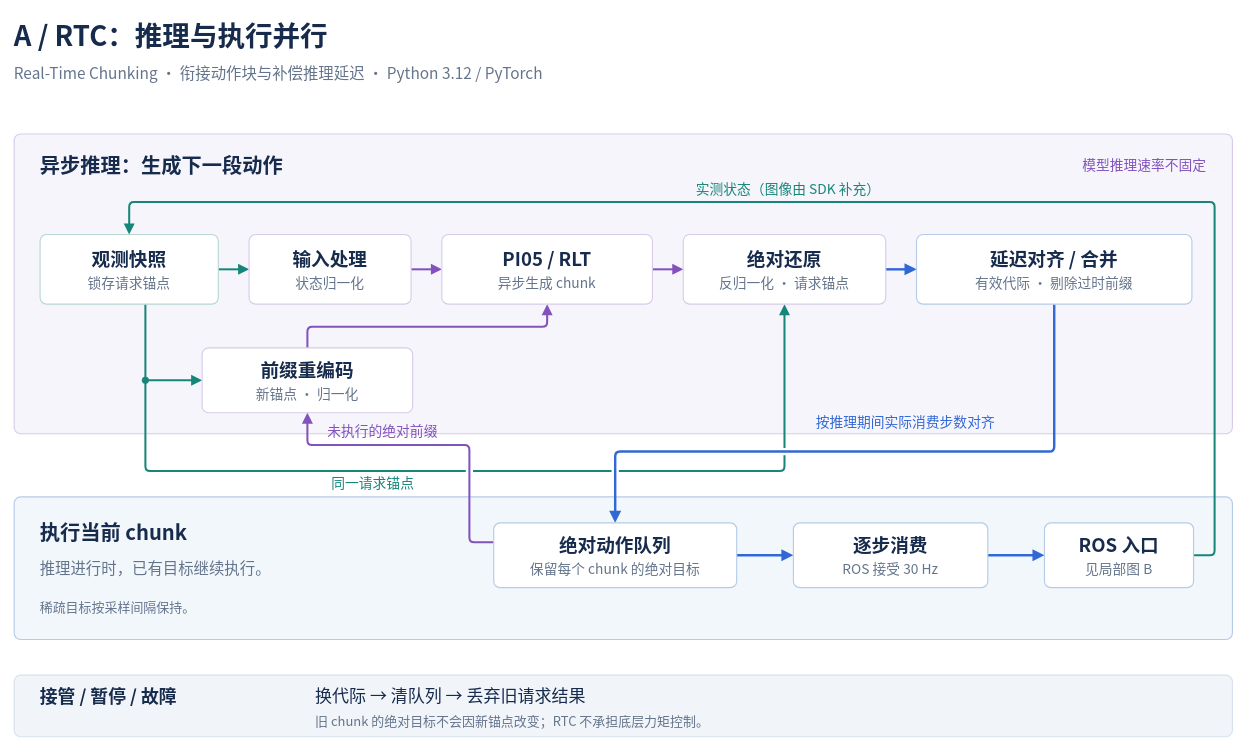
HunterSun2005/VLA-Workbench keeps this draw.io diagram as page "RTC" (2 of 3) of docs/diagrams/workbench.drawio. Above is the earlier version. Source tidied: cells renumbered, new cells numbered last; positions are measured from the earlier drawing's top-left corner, leaving out a move shared by most shapes. Both pictures are drawn from the tidied source at 81%, with x=0, y=0 at pixel (14, 14).
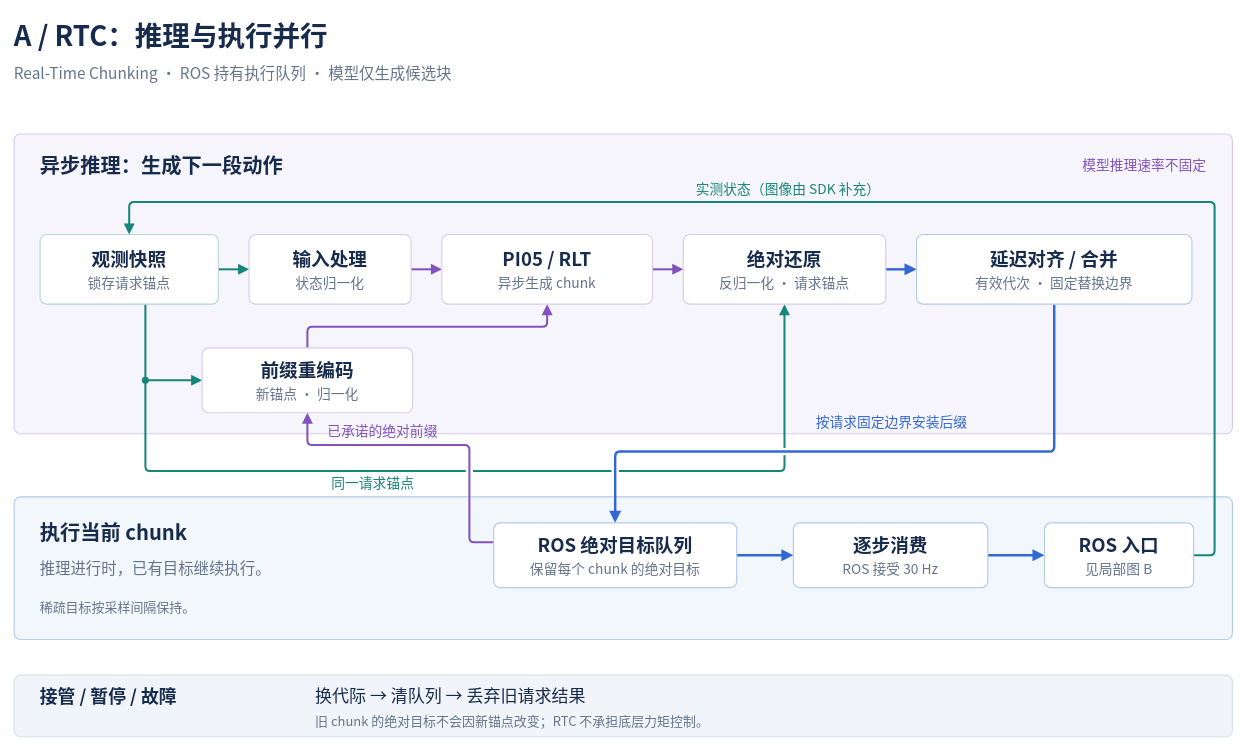
After the change.

Change to the diagram source:
```diff
@@
-    <mxCell id="21" value="&lt;b&gt;延迟对齐 / 合并&lt;/b&gt;&lt;br&gt;&lt;font style='font-size:17px;color:#64748B'&gt;有效代际 · 剔除过时前缀&lt;/font&gt;" style="rounded=1;absoluteArcSize=1;arcSize=16;html=1;whiteSpace=wrap;fillColor=#FFFFFF;strokeColor=#B5CBE8;strokeWidth=1.4;fontColor=#172B4D;fontSize=23;align=center;verticalAlign=middle;spacing=4;fontFamily=Noto Sans CJK SC;" parent="1" vertex="1">
+    <mxCell id="21" value="&lt;b&gt;延迟对齐 / 合并&lt;/b&gt;&lt;br&gt;&lt;font style='font-size:17px;color:#64748B'&gt;有效代次 · 固定替换边界&lt;/font&gt;" style="rounded=1;absoluteArcSize=1;arcSize=16;html=1;whiteSpace=wrap;fillColor=#FFFFFF;strokeColor=#B5CBE8;strokeWidth=1.4;fontColor=#172B4D;fontSize=23;align=center;verticalAlign=middle;spacing=4;fontFamily=Noto Sans CJK SC;" parent="1" vertex="1">
       <mxGeometry x="1114" y="272" width="340" height="86" as="geometry" />
     </mxCell>
@@
-    <mxCell id="23" value="&lt;b&gt;绝对动作队列&lt;/b&gt;&lt;br&gt;&lt;font style='font-size:17px;color:#64748B'&gt;保留每个 chunk 的绝对目标&lt;/font&gt;" style="rounded=1;absoluteArcSize=1;arcSize=16;html=1;whiteSpace=wrap;fillColor=#FFFFFF;strokeColor=#B5CBE8;strokeWidth=1.4;fontColor=#172B4D;fontSize=23;align=center;verticalAlign=middle;spacing=4;fontFamily=Noto Sans CJK SC;" parent="1" vertex="1">
+    <mxCell id="23" value="&lt;b&gt;ROS 绝对目标队列&lt;/b&gt;&lt;br&gt;&lt;font style='font-size:17px;color:#64748B'&gt;保留每个 chunk 的绝对目标&lt;/font&gt;" style="rounded=1;absoluteArcSize=1;arcSize=16;html=1;whiteSpace=wrap;fillColor=#FFFFFF;strokeColor=#B5CBE8;strokeWidth=1.4;fontColor=#172B4D;fontSize=23;align=center;verticalAlign=middle;spacing=4;fontFamily=Noto Sans CJK SC;" parent="1" vertex="1">
       <mxGeometry x="592" y="628" width="300" height="80" as="geometry" />
     </mxCell>
@@
-    <mxCell id="28" value="Real-Time Chunking · 衔接动作块与补偿推理延迟 · Python 3.12 / PyTorch" style="text;html=1;strokeColor=none;fillColor=none;align=left;verticalAlign=middle;whiteSpace=wrap;fontSize=19;fontColor=#64748B;fontStyle=0;spacing=0;fontFamily=Noto Sans CJK SC;" parent="1" vertex="1">
+    <mxCell id="28" value="Real-Time Chunking · ROS 持有执行队列 · 模型仅生成候选块" style="text;html=1;strokeColor=none;fillColor=none;align=left;verticalAlign=middle;whiteSpace=wrap;fontSize=19;fontColor=#64748B;fontStyle=0;spacing=0;fontFamily=Noto Sans CJK SC;" parent="1" vertex="1">
       <mxGeometry y="56" width="1150" height="34" as="geometry" />
     </mxCell>
@@
-    <mxCell id="34" value="按推理期间实际消费步数对齐" style="text;html=1;strokeColor=none;fillColor=none;align=left;verticalAlign=middle;whiteSpace=wrap;fontSize=17;fontColor=#3268D5;fontStyle=0;spacing=0;fontFamily=Noto Sans CJK SC;" parent="1" vertex="1">
+    <mxCell id="34" value="按请求固定边界安装后缀" style="text;html=1;strokeColor=none;fillColor=none;align=left;verticalAlign=middle;whiteSpace=wrap;fontSize=17;fontColor=#3268D5;fontStyle=0;spacing=0;fontFamily=Noto Sans CJK SC;" parent="1" vertex="1">
       <mxGeometry x="990" y="488" width="290" height="30" as="geometry" />
     </mxCell>
-    <mxCell id="35" value="未执行的绝对前缀" style="text;html=1;strokeColor=none;fillColor=none;align=left;verticalAlign=middle;whiteSpace=wrap;fontSize=17;fontColor=#8252BD;fontStyle=0;spacing=0;fontFamily=Noto Sans CJK SC;" parent="1" vertex="1">
+    <mxCell id="35" value="已承诺的绝对前缀" style="text;html=1;strokeColor=none;fillColor=none;align=left;verticalAlign=middle;whiteSpace=wrap;fontSize=17;fontColor=#8252BD;fontStyle=0;spacing=0;fontFamily=Noto Sans CJK SC;" parent="1" vertex="1">
       <mxGeometry x="387" y="501" width="300" height="26" as="geometry" />
     </mxCell>
```
